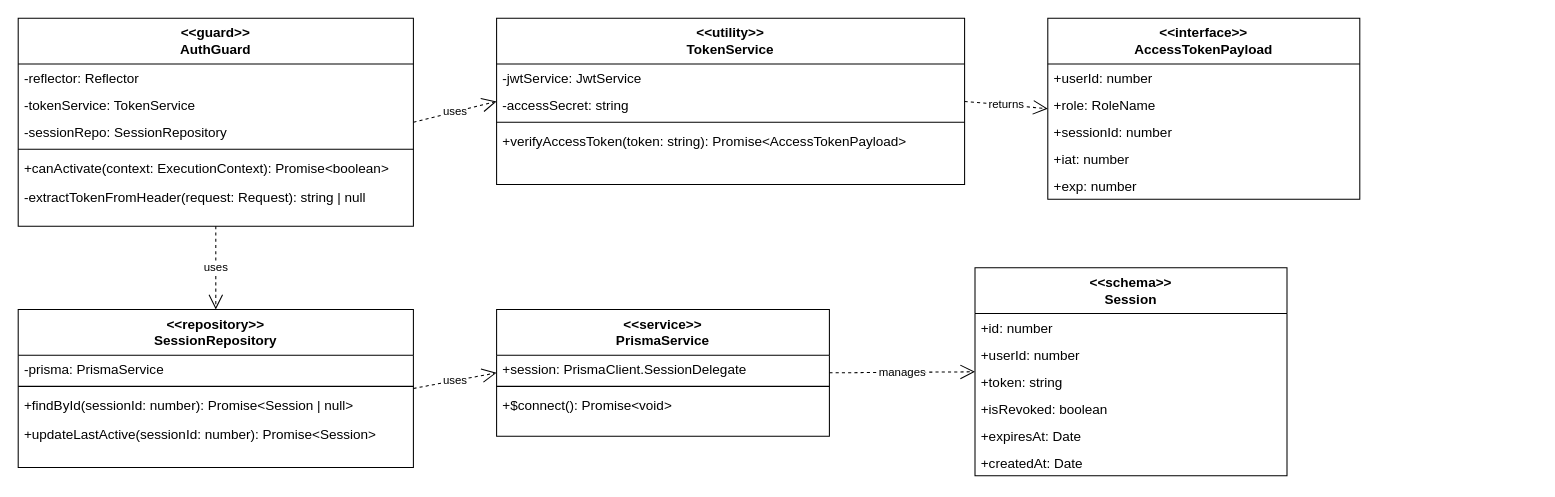
Above: class-diagrams/UC-00_Verify_Jwt_Class_Diagram.drawio in Thunggg/Frevia (draw.io), before the change. Source tidied: cells renumbered, new cells numbered last; positions are measured from the earlier drawing's top-left corner, leaving out a move shared by most shapes. Both pictures are drawn from the tidied source at 104%, with x=0, y=0 at pixel (18, 18).
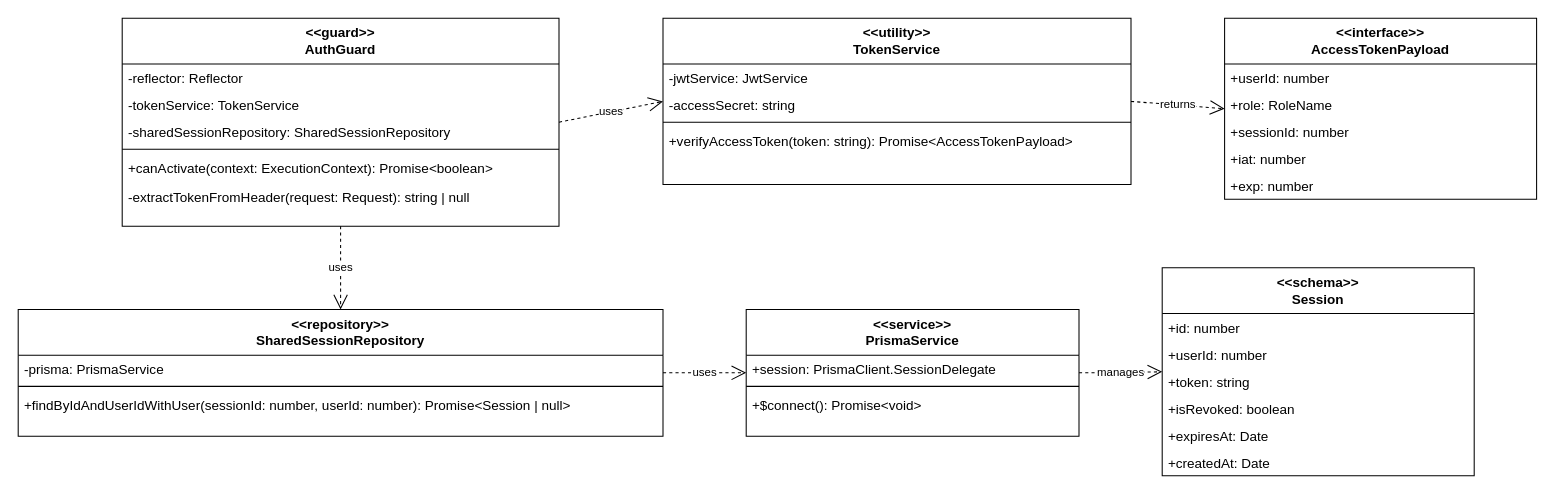
The same page after the edit.

Diff of the diagram source:
```diff
@@
     <mxCell id="2" value="&lt;&lt;guard&gt;&gt;&#10;AuthGuard" style="swimlane;fontStyle=1;align=center;verticalAlign=top;horizontal=1;startSize=44;fontSize=13;" parent="1" vertex="1">
-      <mxGeometry width="380" height="200" as="geometry" />
+      <mxGeometry x="100" width="420" height="200" as="geometry" />
     </mxCell>
     <mxCell id="3" value="-reflector: Reflector" style="text;strokeColor=none;fillColor=none;align=left;verticalAlign=top;spacingLeft=4;spacingRight=4;overflow=hidden;fontSize=13;" parent="2" vertex="1">
-      <mxGeometry y="44" width="380" height="26" as="geometry" />
+      <mxGeometry y="44" width="420" height="26" as="geometry" />
     </mxCell>
     <mxCell id="4" value="-tokenService: TokenService" style="text;strokeColor=none;fillColor=none;align=left;verticalAlign=top;spacingLeft=4;spacingRight=4;overflow=hidden;fontSize=13;" parent="2" vertex="1">
-      <mxGeometry y="70" width="380" height="26" as="geometry" />
+      <mxGeometry y="70" width="420" height="26" as="geometry" />
     </mxCell>
-    <mxCell id="5" value="-sessionRepo: SessionRepository" style="text;strokeColor=none;fillColor=none;align=left;verticalAlign=top;spacingLeft=4;spacingRight=4;overflow=hidden;fontSize=13;" parent="2" vertex="1">
-      <mxGeometry y="96" width="380" height="26" as="geometry" />
+    <mxCell id="5" value="-sharedSessionRepository: SharedSessionRepository" style="text;strokeColor=none;fillColor=none;align=left;verticalAlign=top;spacingLeft=4;spacingRight=4;overflow=hidden;fontSize=13;" parent="2" vertex="1">
+      <mxGeometry y="96" width="420" height="26" as="geometry" />
     </mxCell>
     <mxCell id="6" style="line;strokeWidth=1;fillColor=none;align=left;verticalAlign=middle;spacingTop=-1;spacingLeft=3;spacingRight=3;labelPosition=right;strokeColor=inherit;fontSize=13;" parent="2" vertex="1">
-      <mxGeometry y="122" width="380" height="8" as="geometry" />
+      <mxGeometry y="122" width="420" height="8" as="geometry" />
     </mxCell>
     <mxCell id="7" value="+canActivate(context: ExecutionContext): Promise&lt;boolean&gt;" style="text;strokeColor=none;fillColor=none;align=left;verticalAlign=top;spacingLeft=4;spacingRight=4;overflow=hidden;fontSize=13;" parent="2" vertex="1">
-      <mxGeometry y="130" width="380" height="28" as="geometry" />
+      <mxGeometry y="130" width="420" height="28" as="geometry" />
     </mxCell>
     <mxCell id="8" value="-extractTokenFromHeader(request: Request): string | null" style="text;strokeColor=none;fillColor=none;align=left;verticalAlign=top;spacingLeft=4;spacingRight=4;overflow=hidden;fontSize=13;" parent="2" vertex="1">
-      <mxGeometry y="158" width="380" height="28" as="geometry" />
+      <mxGeometry y="158" width="420" height="28" as="geometry" />
     </mxCell>
     <mxCell id="9" value="&lt;&lt;utility&gt;&gt;&#10;TokenService" style="swimlane;fontStyle=1;align=center;verticalAlign=top;horizontal=1;startSize=44;fontSize=13;" parent="1" vertex="1">
-      <mxGeometry x="460" width="450" height="160" as="geometry" />
+      <mxGeometry x="620" width="450" height="160" as="geometry" />
     </mxCell>
@@
     <mxCell id="14" value="&lt;&lt;interface&gt;&gt;&#10;AccessTokenPayload" style="swimlane;fontStyle=1;align=center;verticalAlign=top;horizontal=1;startSize=44;fontSize=13;" parent="1" vertex="1">
-      <mxGeometry x="990" width="300" height="174" as="geometry" />
+      <mxGeometry x="1160" width="300" height="174" as="geometry" />
     </mxCell>
@@
-    <mxCell id="20" value="&lt;&lt;repository&gt;&gt;&#10;SessionRepository" style="swimlane;fontStyle=1;align=center;verticalAlign=top;horizontal=1;startSize=44;fontSize=13;" parent="1" vertex="1">
-      <mxGeometry y="280" width="380" height="152" as="geometry" />
+    <mxCell id="20" value="&lt;&lt;repository&gt;&gt;&#10;SharedSessionRepository" style="swimlane;fontStyle=1;align=center;verticalAlign=top;horizontal=1;startSize=44;fontSize=13;" parent="1" vertex="1">
+      <mxGeometry y="280" width="620" height="122" as="geometry" />
     </mxCell>
     <mxCell id="21" value="-prisma: PrismaService" style="text;strokeColor=none;fillColor=none;align=left;verticalAlign=top;spacingLeft=4;spacingRight=4;overflow=hidden;fontSize=13;" parent="20" vertex="1">
-      <mxGeometry y="44" width="380" height="26" as="geometry" />
+      <mxGeometry y="44" width="620" height="26" as="geometry" />
     </mxCell>
     <mxCell id="22" style="line;strokeWidth=1;fillColor=none;align=left;verticalAlign=middle;spacingTop=-1;spacingLeft=3;spacingRight=3;labelPosition=right;strokeColor=inherit;fontSize=13;" parent="20" vertex="1">
-      <mxGeometry y="70" width="380" height="8" as="geometry" />
+      <mxGeometry y="70" width="620" height="8" as="geometry" />
     </mxCell>
-    <mxCell id="23" value="+findById(sessionId: number): Promise&lt;Session | null&gt;" style="text;strokeColor=none;fillColor=none;align=left;verticalAlign=top;spacingLeft=4;spacingRight=4;overflow=hidden;fontSize=13;" parent="20" vertex="1">
-      <mxGeometry y="78" width="380" height="28" as="geometry" />
+    <mxCell id="23" value="+findByIdAndUserIdWithUser(sessionId: number, userId: number): Promise&lt;Session | null&gt;" style="text;strokeColor=none;fillColor=none;align=left;verticalAlign=top;spacingLeft=4;spacingRight=4;overflow=hidden;fontSize=13;" parent="20" vertex="1">
+      <mxGeometry y="78" width="620" height="28" as="geometry" />
     </mxCell>
-    <mxCell id="24" value="+updateLastActive(sessionId: number): Promise&lt;Session&gt;" style="text;strokeColor=none;fillColor=none;align=left;verticalAlign=top;spacingLeft=4;spacingRight=4;overflow=hidden;fontSize=13;" parent="20" vertex="1">
-      <mxGeometry y="106" width="380" height="28" as="geometry" />
-    </mxCell>
     <mxCell id="25" value="&lt;&lt;service&gt;&gt;&#10;PrismaService" style="swimlane;fontStyle=1;align=center;verticalAlign=top;horizontal=1;startSize=44;fontSize=13;" parent="1" vertex="1">
-      <mxGeometry x="460" y="280" width="320" height="122" as="geometry" />
+      <mxGeometry x="700" y="280" width="320" height="122" as="geometry" />
     </mxCell>
@@
     <mxCell id="29" value="&lt;&lt;schema&gt;&gt;&#10;Session" style="swimlane;fontStyle=1;align=center;verticalAlign=top;horizontal=1;startSize=44;fontSize=13;" parent="1" vertex="1">
-      <mxGeometry x="920" y="240" width="300" height="200" as="geometry" />
+      <mxGeometry x="1100" y="240" width="300" height="200" as="geometry" />
     </mxCell>
```
